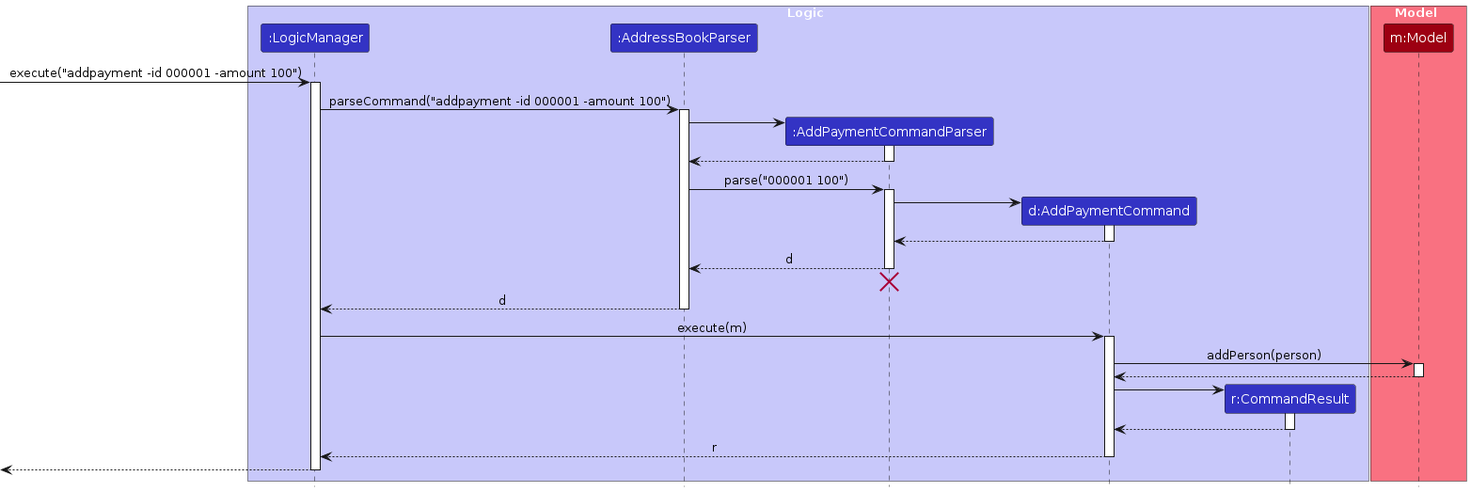
Earlier version of the PlantUML export diagrams/AddPaymentSequenceDiagram.png (MarcusGitty/tp). Its source is kept beside it as diagrams/AddPaymentSequenceDiagram.puml. Its diagram source:
```plantuml
@startuml
!include style.puml
skinparam ArrowFontStyle plain

box Logic LOGIC_COLOR_T1
participant ":LogicManager" as LogicManager LOGIC_COLOR
participant ":AddressBookParser" as AddressBookParser LOGIC_COLOR
participant ":AddPaymentCommandParser" as AddPaymentCommandParser LOGIC_COLOR
participant "d:AddPaymentCommand" as AddPaymentCommand LOGIC_COLOR
participant "r:CommandResult" as CommandResult LOGIC_COLOR
end box

box Model MODEL_COLOR_T1
participant "m:Model" as Model MODEL_COLOR
end box

[-> LogicManager : execute("addpayment -id 000001 -amount 100")
activate LogicManager

LogicManager -> AddressBookParser : parseCommand("addpayment -id 000001 -amount 100")
activate AddressBookParser

create AddPaymentCommandParser
AddressBookParser -> AddPaymentCommandParser
activate AddPaymentCommandParser

AddPaymentCommandParser --> AddressBookParser
deactivate AddPaymentCommandParser

AddressBookParser -> AddPaymentCommandParser : parse("000001 100")
activate AddPaymentCommandParser

create AddPaymentCommand
AddPaymentCommandParser -> AddPaymentCommand
activate AddPaymentCommand

AddPaymentCommand --> AddPaymentCommandParser :
deactivate AddPaymentCommand

AddPaymentCommandParser --> AddressBookParser : d
deactivate AddPaymentCommandParser
AddPaymentCommandParser -[hidden]-> AddressBookParser
destroy AddPaymentCommandParser

AddressBookParser --> LogicManager : d
deactivate AddressBookParser

LogicManager -> AddPaymentCommand : execute(m)
activate AddPaymentCommand

AddPaymentCommand -> Model : addPerson(person)
activate Model

Model --> AddPaymentCommand
deactivate Model

create CommandResult
AddPaymentCommand -> CommandResult
activate CommandResult

CommandResult --> AddPaymentCommand
deactivate CommandResult

AddPaymentCommand --> LogicManager : r
deactivate AddPaymentCommand

[<--LogicManager
deactivate LogicManager
@enduml
```
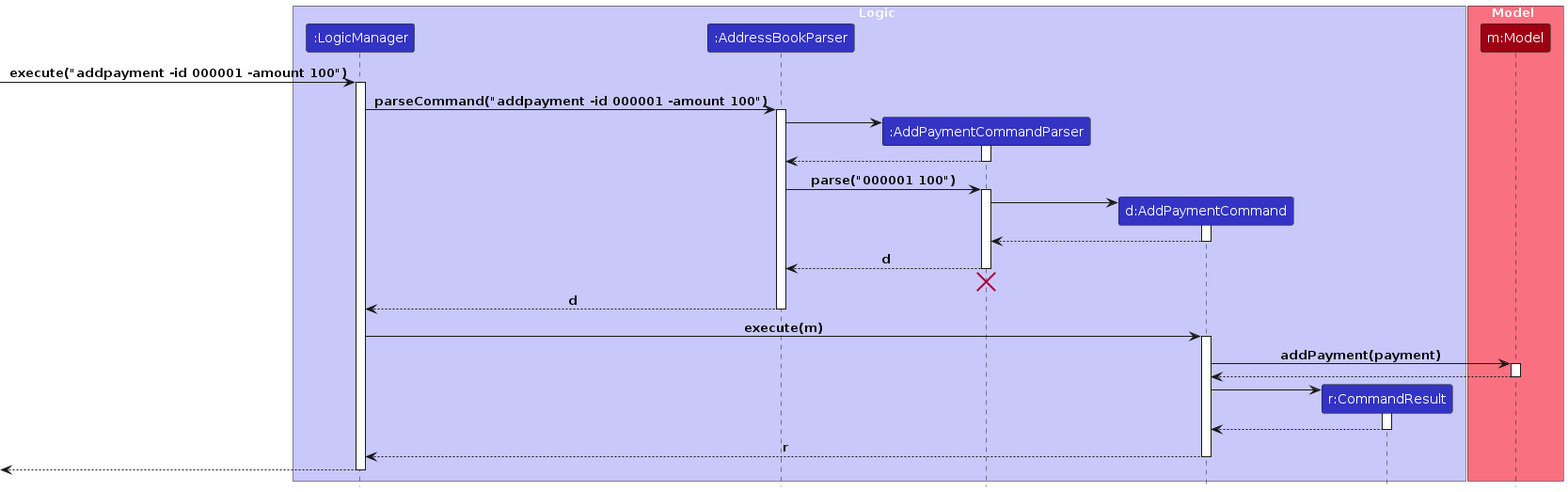
After the commit.

What changed in the source:
```diff
@@ -1,6 +1,5 @@
 @startuml
 !include style.puml
-skinparam ArrowFontStyle plain
 
 box Logic LOGIC_COLOR_T1
 participant ":LogicManager" as LogicManager LOGIC_COLOR
@@ -48,7 +47,7 @@
 LogicManager -> AddPaymentCommand : execute(m)
 activate AddPaymentCommand
 
-AddPaymentCommand -> Model : addPerson(person)
+AddPaymentCommand -> Model : addPayment(payment)
 activate Model
 
 Model --> AddPaymentCommand
```
